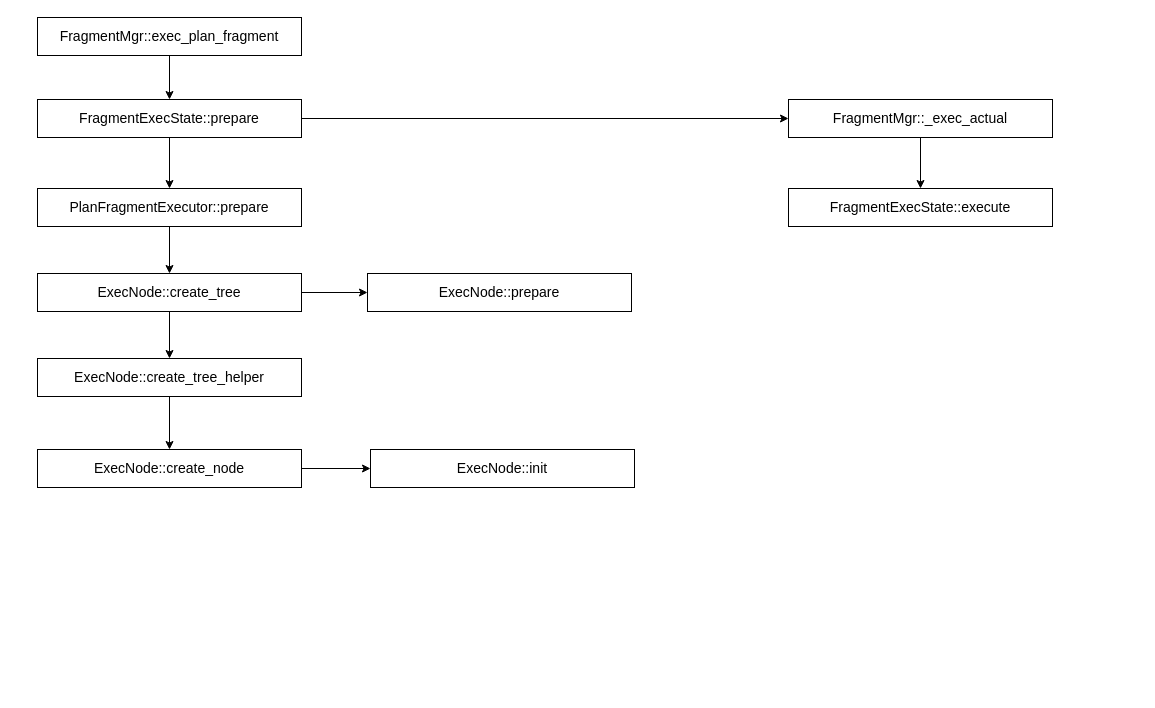
Before: doris.drawio in Holworth/DrawIO, a draw.io diagram. Source tidied: cells renumbered, new cells numbered last; positions are measured from the earlier drawing's top-left corner, leaving out a move shared by most shapes. Both pictures are drawn from the tidied source at 100%, with x=0, y=0 at pixel (37, 17).
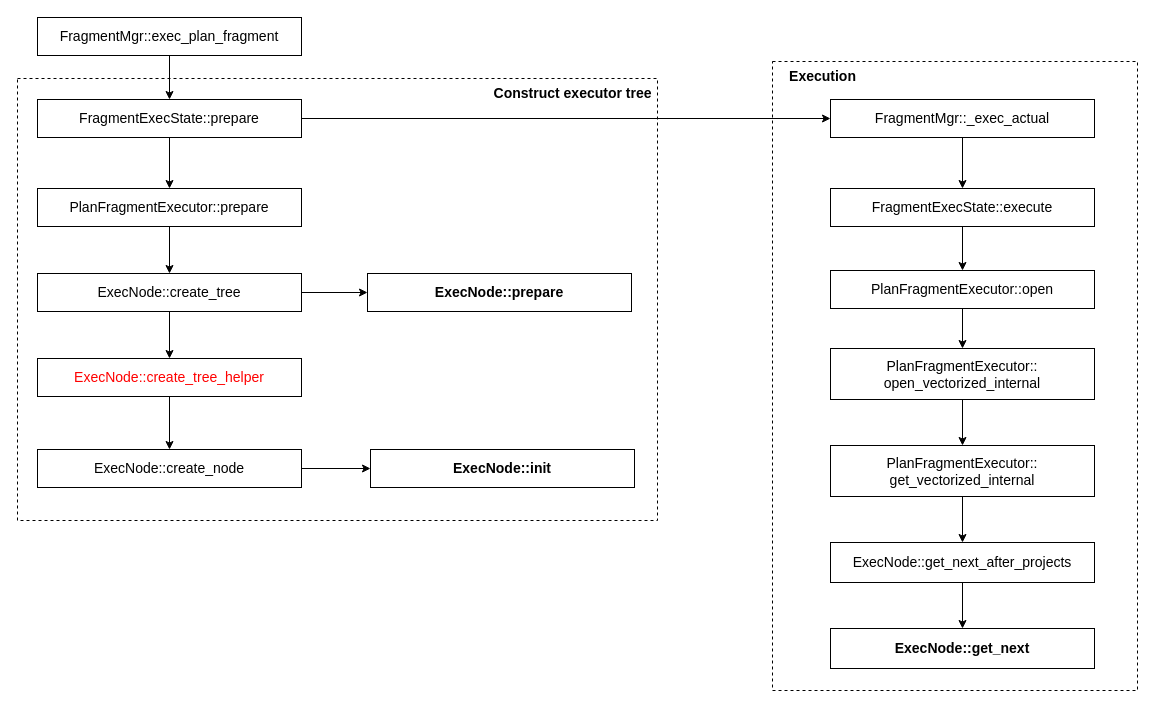
Above is the later version.

The edit, as a diff of the source:
```diff
@@
+    <mxCell id="21" style="rounded=0;whiteSpace=wrap;html=1;fontSize=14;dashed=1;" parent="1" vertex="1">
+      <mxGeometry x="735" y="44" width="365" height="629" as="geometry" />
+    </mxCell>
+    <mxCell id="22" style="rounded=0;whiteSpace=wrap;html=1;fontSize=14;dashed=1;" parent="1" vertex="1">
+      <mxGeometry x="-20" y="61" width="640" height="442" as="geometry" />
+    </mxCell>
@@
-    <mxCell id="13" value="&lt;span style=&quot;font-size: 14px;&quot;&gt;ExecNode::create_tree_helper&lt;/span&gt;" style="rounded=0;whiteSpace=wrap;html=1;" parent="1" vertex="1">
+    <mxCell id="13" value="&lt;span style=&quot;font-size: 14px;&quot;&gt;&lt;font color=&quot;#ff0000&quot;&gt;ExecNode::create_tree_helper&lt;/font&gt;&lt;/span&gt;" style="rounded=0;whiteSpace=wrap;html=1;" parent="1" vertex="1">
       <mxGeometry y="341" width="264" height="38" as="geometry" />
     </mxCell>
@@
-    <mxCell id="16" value="&lt;span style=&quot;font-size: 14px;&quot;&gt;ExecNode::init&lt;/span&gt;" style="rounded=0;whiteSpace=wrap;html=1;" parent="1" vertex="1">
+    <mxCell id="16" value="&lt;span style=&quot;font-size: 14px;&quot;&gt;&lt;b&gt;ExecNode::init&lt;/b&gt;&lt;/span&gt;" style="rounded=0;whiteSpace=wrap;html=1;" parent="1" vertex="1">
       <mxGeometry x="333" y="432" width="264" height="38" as="geometry" />
     </mxCell>
-    <mxCell id="17" value="&lt;span style=&quot;font-size: 14px;&quot;&gt;ExecNode::prepare&lt;/span&gt;" style="rounded=0;whiteSpace=wrap;html=1;" parent="1" vertex="1">
+    <mxCell id="17" value="&lt;span style=&quot;font-size: 14px;&quot;&gt;&lt;b&gt;ExecNode::prepare&lt;/b&gt;&lt;/span&gt;" style="rounded=0;whiteSpace=wrap;html=1;" parent="1" vertex="1">
       <mxGeometry x="330" y="256" width="264" height="38" as="geometry" />
     </mxCell>
@@
     <mxCell id="19" value="&lt;font style=&quot;font-size: 14px;&quot;&gt;FragmentMgr::_exec_actual&lt;/font&gt;" style="rounded=0;whiteSpace=wrap;html=1;" parent="1" vertex="1">
-      <mxGeometry x="751" y="82" width="264" height="38" as="geometry" />
+      <mxGeometry x="793" y="82" width="264" height="38" as="geometry" />
     </mxCell>
+    <mxCell id="23" style="edgeStyle=orthogonalEdgeStyle;rounded=0;jettySize=auto;html=1;entryX=0.5;entryY=0;entryDx=0;entryDy=0;fontSize=14;" parent="1" edge="1" source="20" target="25">
+      <mxGeometry relative="1" as="geometry" />
+    </mxCell>
     <mxCell id="20" value="&lt;span style=&quot;font-size: 14px;&quot;&gt;FragmentExecState::execute&lt;/span&gt;" style="rounded=0;whiteSpace=wrap;html=1;" parent="1" vertex="1">
-      <mxGeometry x="751" y="171" width="264" height="38" as="geometry" />
+      <mxGeometry x="793" y="171" width="264" height="38" as="geometry" />
     </mxCell>
+    <mxCell id="24" style="edgeStyle=orthogonalEdgeStyle;rounded=0;jettySize=auto;html=1;entryX=0.5;entryY=0;entryDx=0;entryDy=0;fontSize=14;" parent="1" edge="1" source="25" target="27">
+      <mxGeometry relative="1" as="geometry" />
+    </mxCell>
+    <mxCell id="25" value="&lt;font style=&quot;font-size: 14px;&quot;&gt;PlanFragmentExecutor::open&lt;/font&gt;" style="rounded=0;whiteSpace=wrap;html=1;" parent="1" vertex="1">
+      <mxGeometry x="793" y="253" width="264" height="38" as="geometry" />
+    </mxCell>
+    <mxCell id="26" style="edgeStyle=orthogonalEdgeStyle;rounded=0;jettySize=auto;html=1;entryX=0.5;entryY=0;entryDx=0;entryDy=0;fontSize=14;" parent="1" edge="1" source="27" target="29">
+      <mxGeometry relative="1" as="geometry" />
+    </mxCell>
+    <mxCell id="27" value="&lt;font style=&quot;font-size: 14px;&quot;&gt;PlanFragmentExecutor::&lt;br&gt;open_vectorized_internal&lt;/font&gt;" style="rounded=0;whiteSpace=wrap;html=1;" parent="1" vertex="1">
+      <mxGeometry x="793" y="331" width="264" height="51" as="geometry" />
+    </mxCell>
+    <mxCell id="28" style="edgeStyle=orthogonalEdgeStyle;rounded=0;jettySize=auto;html=1;entryX=0.5;entryY=0;entryDx=0;entryDy=0;fontSize=14;" parent="1" edge="1" source="29" target="31">
+      <mxGeometry relative="1" as="geometry" />
+    </mxCell>
+    <mxCell id="29" value="&lt;font style=&quot;font-size: 14px;&quot;&gt;PlanFragmentExecutor::&lt;br&gt;get_vectorized_internal&lt;br&gt;&lt;/font&gt;" style="rounded=0;whiteSpace=wrap;html=1;" parent="1" vertex="1">
+      <mxGeometry x="793" y="428" width="264" height="51" as="geometry" />
+    </mxCell>
+    <mxCell id="30" style="edgeStyle=orthogonalEdgeStyle;rounded=0;jettySize=auto;html=1;entryX=0.5;entryY=0;entryDx=0;entryDy=0;fontSize=14;" parent="1" edge="1" source="31" target="32">
+      <mxGeometry relative="1" as="geometry" />
+    </mxCell>
+    <mxCell id="31" value="&lt;font style=&quot;font-size: 14px;&quot;&gt;ExecNode::get_next_after_projects&lt;br&gt;&lt;/font&gt;" style="rounded=0;whiteSpace=wrap;html=1;" parent="1" vertex="1">
+      <mxGeometry x="793" y="525" width="264" height="40" as="geometry" />
+    </mxCell>
+    <mxCell id="32" value="&lt;font style=&quot;font-size: 14px;&quot;&gt;&lt;b&gt;ExecNode::get_next&lt;/b&gt;&lt;br&gt;&lt;/font&gt;" style="rounded=0;whiteSpace=wrap;html=1;" parent="1" vertex="1">
+      <mxGeometry x="793" y="611" width="264" height="40" as="geometry" />
+    </mxCell>
+    <mxCell id="33" value="&lt;b&gt;Construct executor tree&amp;nbsp;&lt;/b&gt;" style="text;html=1;strokeColor=none;fillColor=none;align=center;verticalAlign=middle;whiteSpace=wrap;rounded=0;dashed=1;fontSize=14;" parent="1" vertex="1">
+      <mxGeometry x="455" y="61" width="165" height="30" as="geometry" />
+    </mxCell>
+    <mxCell id="34" value="&lt;b&gt;Execution&lt;/b&gt;" style="text;html=1;strokeColor=none;fillColor=none;align=center;verticalAlign=middle;whiteSpace=wrap;rounded=0;dashed=1;fontSize=14;" parent="1" vertex="1">
+      <mxGeometry x="735" y="44" width="101" height="30" as="geometry" />
+    </mxCell>
```
